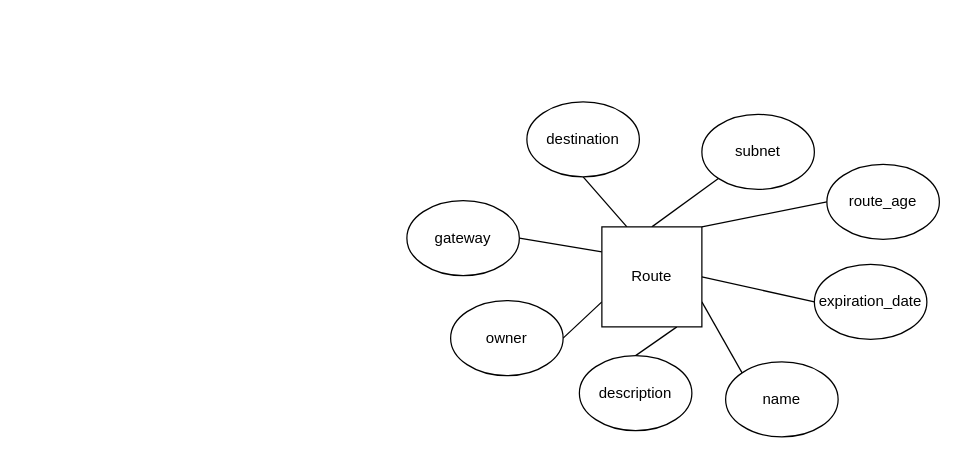
This is vpn-routing-erd.drawio from macsyd/csc370-database-project, a draw.io file, before an edit. Source tidied: cells renumbered, new cells numbered last; positions are measured from the earlier drawing's top-left corner, leaving out a move shared by most shapes. Both pictures are drawn from the tidied source at 125%, with x=0, y=0 at pixel (406, 101).
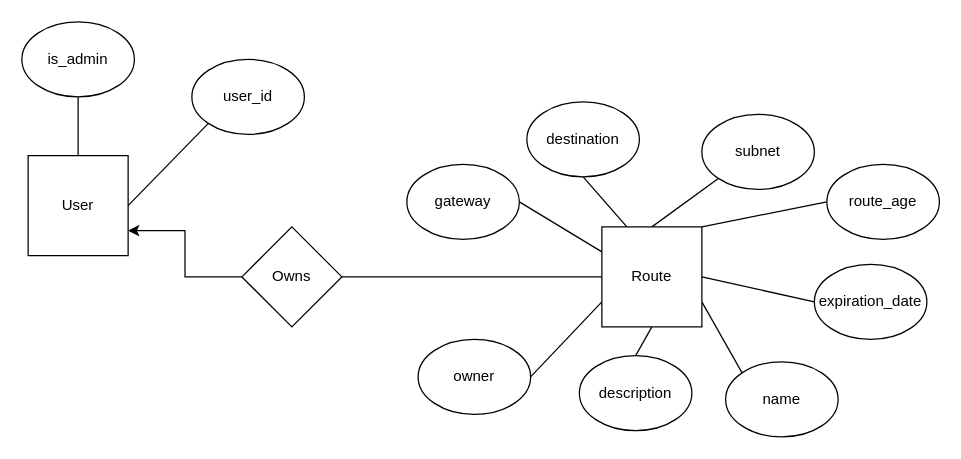
Above is the later version.

Commit message:
Update vpn-routing-erd.drawio - add user entity & relationship

Unchanged cells that the change refers to:
```xml
<mxCell id="10" value="Route" style="whiteSpace=wrap;html=1;" parent="1" vertex="1">
  <mxGeometry x="156" y="100" width="80" height="80" as="geometry" />
</mxCell>
<mxCell id="16" value="description" style="ellipse;whiteSpace=wrap;html=1;" parent="1" vertex="1">
  <mxGeometry x="138" y="203" width="90" height="60" as="geometry" />
</mxCell>
```

Change to the diagram source:
```diff
@@
-    <mxCell id="7" style="rounded=0;jettySize=auto;html=1;exitX=0.75;exitY=1;exitDx=0;exitDy=0;entryX=0.5;entryY=0;entryDx=0;entryDy=0;endArrow=none;endFill=0;" parent="1" edge="1" source="10" target="16">
+    <mxCell id="7" style="rounded=0;jettySize=auto;html=1;exitX=0.5;exitY=1;exitDx=0;exitDy=0;entryX=0.5;entryY=0;entryDx=0;entryDy=0;endArrow=none;endFill=0;" parent="1" edge="1" source="10" target="16">
       <mxGeometry relative="1" as="geometry" />
     </mxCell>
@@
     <mxCell id="14" value="gateway" style="ellipse;whiteSpace=wrap;html=1;" parent="1" vertex="1">
-      <mxGeometry y="79" width="90" height="60" as="geometry" />
+      <mxGeometry y="50" width="90" height="60" as="geometry" />
     </mxCell>
@@
     <mxCell id="18" value="owner" style="ellipse;whiteSpace=wrap;html=1;" parent="1" vertex="1">
-      <mxGeometry x="35" y="159" width="90" height="60" as="geometry" />
+      <mxGeometry x="9" y="190" width="90" height="60" as="geometry" />
     </mxCell>
+    <mxCell id="19" style="rounded=0;jettySize=auto;html=1;exitX=1;exitY=0.5;exitDx=0;exitDy=0;entryX=0;entryY=1;entryDx=0;entryDy=0;endArrow=none;endFill=0;" parent="1" edge="1" source="20" target="21">
+      <mxGeometry relative="1" as="geometry" />
+    </mxCell>
+    <mxCell id="20" value="User" style="whiteSpace=wrap;html=1;" parent="1" vertex="1">
+      <mxGeometry x="-303" y="43" width="80" height="80" as="geometry" />
+    </mxCell>
+    <mxCell id="21" value="user_id" style="ellipse;whiteSpace=wrap;html=1;" parent="1" vertex="1">
+      <mxGeometry x="-172" y="-34" width="90" height="60" as="geometry" />
+    </mxCell>
+    <mxCell id="22" style="rounded=0;jettySize=auto;html=1;exitX=0.5;exitY=1;exitDx=0;exitDy=0;entryX=0.5;entryY=0;entryDx=0;entryDy=0;endArrow=none;endFill=0;" parent="1" edge="1" source="23" target="20">
+      <mxGeometry relative="1" as="geometry" />
+    </mxCell>
+    <mxCell id="23" value="is_admin" style="ellipse;whiteSpace=wrap;html=1;" parent="1" vertex="1">
+      <mxGeometry x="-308" y="-64" width="90" height="60" as="geometry" />
+    </mxCell>
+    <mxCell id="24" style="rounded=0;jettySize=auto;html=1;exitX=0;exitY=0.5;exitDx=0;exitDy=0;entryX=1;entryY=0.75;entryDx=0;entryDy=0;edgeStyle=orthogonalEdgeStyle;" parent="1" edge="1" source="26" target="20">
+      <mxGeometry relative="1" as="geometry" />
+    </mxCell>
+    <mxCell id="25" style="rounded=0;jettySize=auto;html=1;exitX=1;exitY=0.5;exitDx=0;exitDy=0;entryX=0;entryY=0.5;entryDx=0;entryDy=0;endArrow=none;endFill=0;edgeStyle=orthogonalEdgeStyle;" parent="1" edge="1" source="26" target="10">
+      <mxGeometry relative="1" as="geometry" />
+    </mxCell>
+    <mxCell id="26" value="Owns" style="rhombus;whiteSpace=wrap;html=1;" parent="1" vertex="1">
+      <mxGeometry x="-132" y="100" width="80" height="80" as="geometry" />
+    </mxCell>
```
